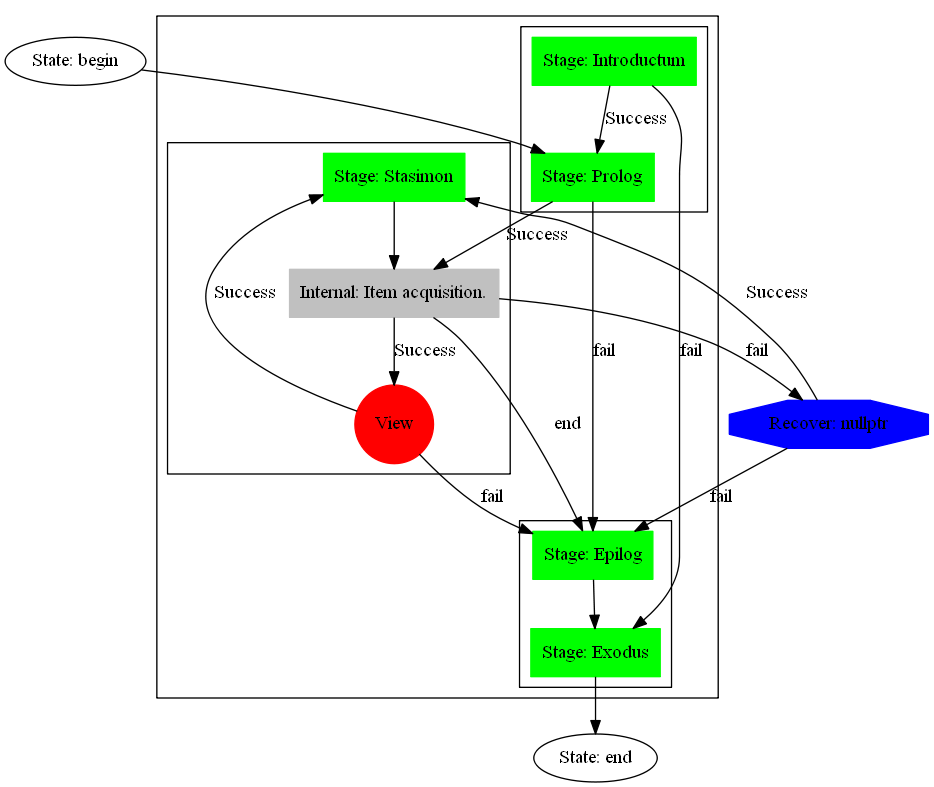
Earlier version of the Graphviz export doc/gv/serialization_structure.png (dmilos/reflection). Its source is kept beside it as doc/gv/serialization_structure.gv.
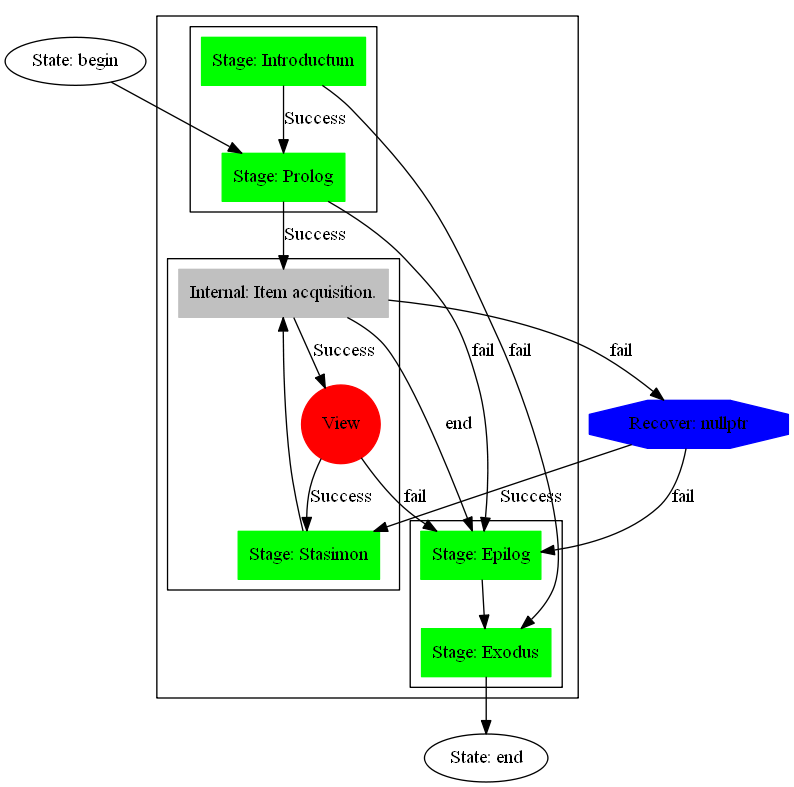
Above is the later version.

Commit message:
*enhance:[API] XML can handle std::complex *enhance:[API] More flexibility in customization of XML serialization

Diff of the diagram source:
```diff
@@ -8,10 +8,10 @@
     epilog         [shape = box,    style=filled, color=green, label="Stage: Epilog"];
     exodus         [shape = box,    style=filled, color=green, label="Stage: Exodus"];
 
-    stasimon       [shape = box,    style=filled, color=green, label="Stage: Stasimon"];
-    WIEW           [shape = circle, label = "View", style=filled, color=red];
 
     acquisition   [shape = box, style=filled, color=gray,  label = "Internal: Item acquisition."  ];
+    WIEW           [shape = circle, label = "View", style=filled, color=red];
+    stasimon       [shape = box,    style=filled, color=green, label="Stage: Stasimon"];
 
     fail_null     [shape = octagon, label="Recover: nullptr",          style=filled, color=blue];
 
```
